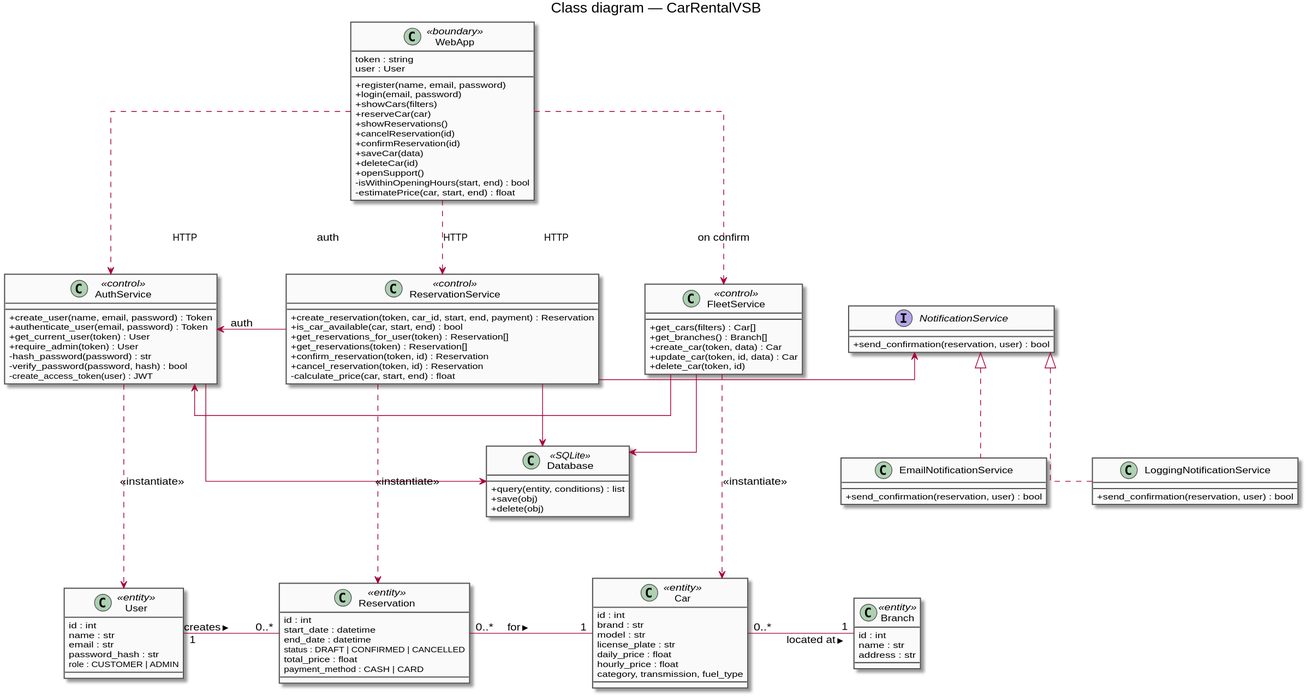
Earlier version of the PlantUML export docs/diagrams/class-system.svg (DavidMagyarics/CarRentalVSB).
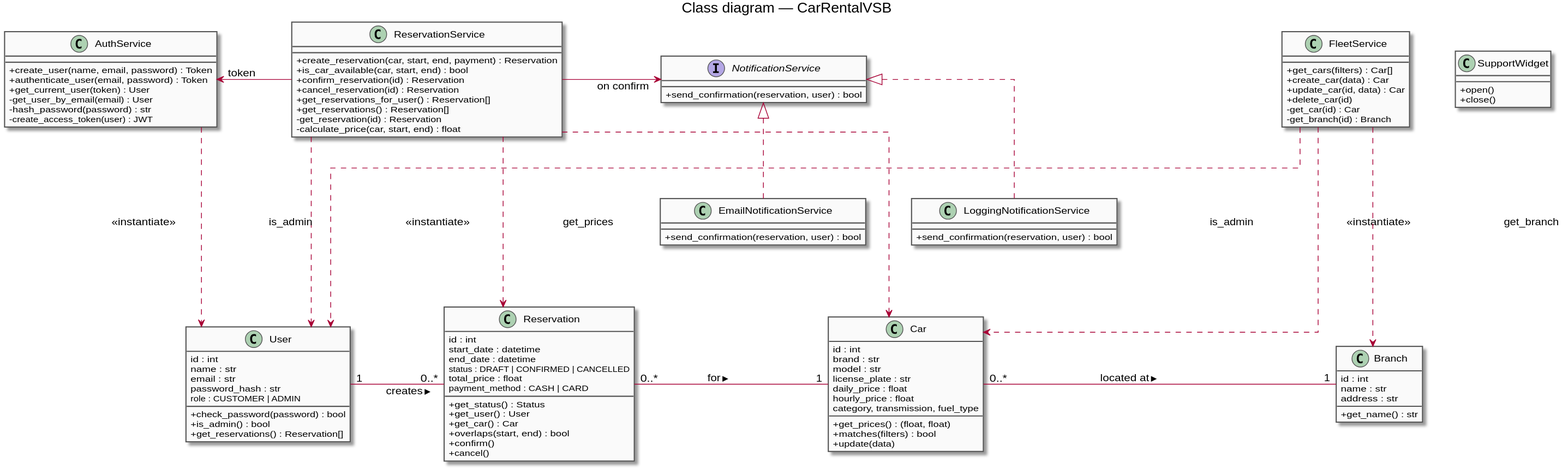
After the change.

Change to the diagram source:
```diff
@@ -10,49 +10,33 @@
 }
 title Class diagram — CarRentalVSB
 
-class WebApp <<boundary>> {
-  token : string
-  user : User
-  + register(name, email, password)
-  + login(email, password)
-  + showCars(filters)
-  + reserveCar(car)
-  + showReservations()
-  + cancelReservation(id)
-  + confirmReservation(id)
-  + saveCar(data)
-  + deleteCar(id)
-  + openSupport()
-  - isWithinOpeningHours(start, end) : bool
-  - estimatePrice(car, start, end) : float
-}
-
-class AuthService <<control>> {
+class AuthService {
   + create_user(name, email, password) : Token
   + authenticate_user(email, password) : Token
   + get_current_user(token) : User
-  + require_admin(token) : User
+  - get_user_by_email(email) : User
   - hash_password(password) : str
-  - verify_password(password, hash) : bool
   - create_access_token(user) : JWT
 }
 
-class ReservationService <<control>> {
-  + create_reservation(token, car_id, start, end, payment) : Reservation
+class ReservationService {
+  + create_reservation(car, start, end, payment) : Reservation
   + is_car_available(car, start, end) : bool
-  + get_reservations_for_user(token) : Reservation[]
-  + get_reservations(token) : Reservation[]
-  + confirm_reservation(token, id) : Reservation
-  + cancel_reservation(token, id) : Reservation
+  + confirm_reservation(id) : Reservation
+  + cancel_reservation(id) : Reservation
+  + get_reservations_for_user() : Reservation[]
+  + get_reservations() : Reservation[]
+  - get_reservation(id) : Reservation
   - calculate_price(car, start, end) : float
 }
 
-class FleetService <<control>> {
+class FleetService {
   + get_cars(filters) : Car[]
-  + get_branches() : Branch[]
-  + create_car(token, data) : Car
-  + update_car(token, id, data) : Car
-  + delete_car(token, id)
+  + create_car(data) : Car
+  + update_car(id, data) : Car
+  + delete_car(id)
+  - get_car(id) : Car
+  - get_branch(id) : Branch
 }
 
 interface NotificationService {
@@ -65,28 +49,38 @@
   + send_confirmation(reservation, user) : bool
 }
 
-class Database <<SQLite>> {
-  + query(entity, conditions) : list
-  + save(obj)
-  + delete(obj)
+class SupportWidget {
+  + open()
+  + close()
 }
 
-class User <<entity>> {
+class User {
   id : int
   name : str
   email : str
   password_hash : str
   role : CUSTOMER | ADMIN
+  + check_password(password) : bool
+  + is_admin() : bool
+  + get_reservations() : Reservation[]
 }
-class Reservation <<entity>> {
+
+class Reservation {
   id : int
   start_date : datetime
   end_date : datetime
   status : DRAFT | CONFIRMED | CANCELLED
   total_price : float
   payment_method : CASH | CARD
+  + get_status() : Status
+  + get_user() : User
+  + get_car() : Car
+  + overlaps(start, end) : bool
+  + confirm()
+  + cancel()
 }
-class Car <<entity>> {
+
+class Car {
   id : int
   brand : str
   model : str
@@ -94,31 +88,32 @@
   daily_price : float
   hourly_price : float
   category, transmission, fuel_type
+  + get_prices() : (float, float)
+  + matches(filters) : bool
+  + update(data)
 }
-class Branch <<entity>> {
+
+class Branch {
   id : int
   name : str
   address : str
+  + get_name() : str
 }
 
-WebApp ..> AuthService : HTTP
-WebApp ..> ReservationService : HTTP
-WebApp ..> FleetService : HTTP
-
-ReservationService -left-> AuthService : auth
-FleetService -[norank]-> AuthService : auth
+ReservationService -left-> AuthService : token
 ReservationService -right-> NotificationService : on confirm
 NotificationService <|.. EmailNotificationService
 NotificationService <|.. LoggingNotificationService
-
-AuthService --> Database
-ReservationService --> Database
-FleetService --> Database
 
 AuthService ...> User : <<instantiate>>
 ReservationService ...> Reservation : <<instantiate>>
 FleetService ...> Car : <<instantiate>>
 
+ReservationService ...> Car : get_prices
+ReservationService ...> User : is_admin
+FleetService ...> User : is_admin
+FleetService ...> Branch : get_branch
+
 User "1" -right- "0..*" Reservation : creates >
 Reservation "0..*" -right- "1" Car : for >
 Car "0..*" -right- "1" Branch : located at >
```
